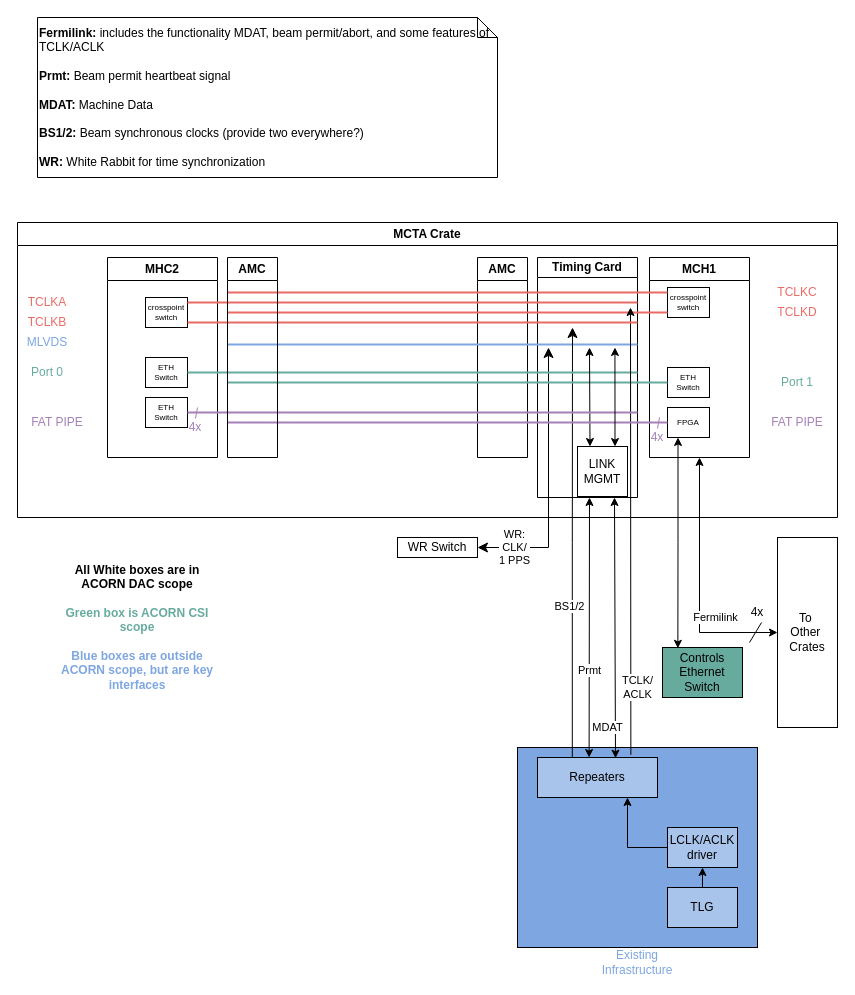
Earlier version of the draw.io diagram ACORN_DAC_timing.drawio (awhitbeck/drawio). Source tidied: cells renumbered, new cells numbered last; positions are measured from the earlier drawing's top-left corner, leaving out a move shared by most shapes. Both pictures are drawn from the tidied source at 100%, with x=0, y=0 at pixel (17, 17).
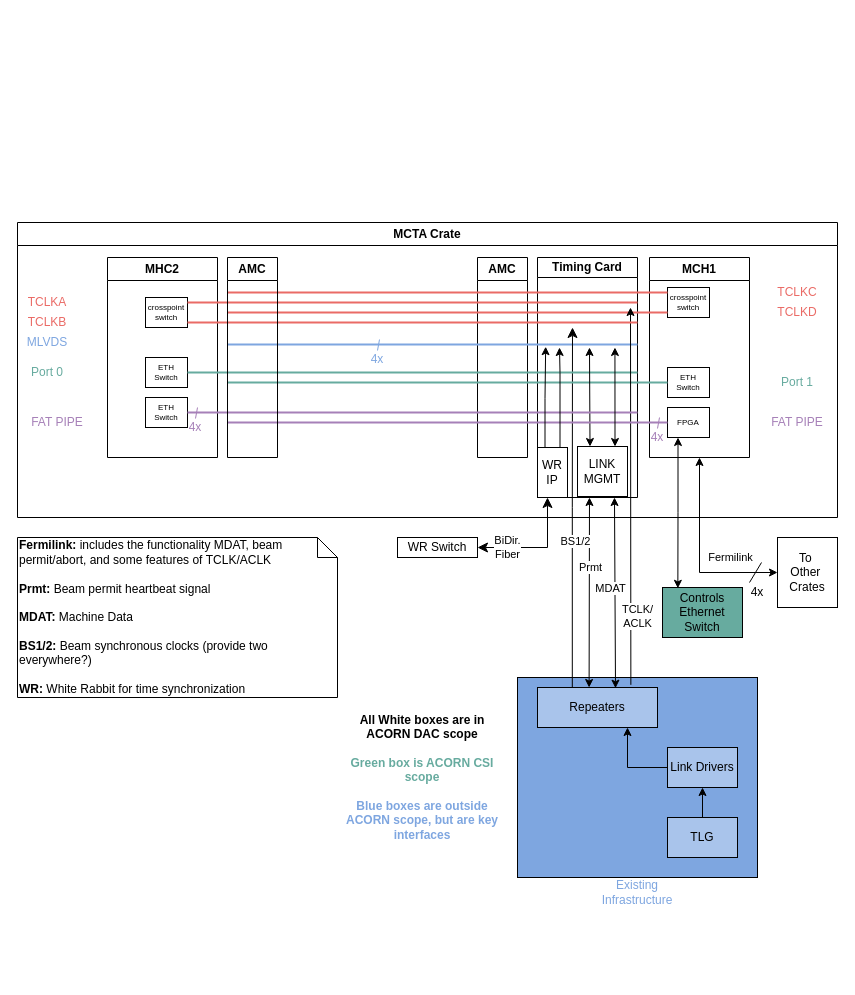
The same page after the edit.

The change refers to these unchanged cells:
```xml
<mxCell id="25" style="line;strokeWidth=2;html=1;strokeColor=#7EA6E0;fontColor=#7EA6E0;" parent="1" vertex="1">
  <mxGeometry x="210" y="322" width="410" height="10" as="geometry" />
</mxCell>
<mxCell id="36" value="WR Switch" style="rounded=0;whiteSpace=wrap;html=1;" parent="1" vertex="1">
  <mxGeometry x="380" y="520" width="80" height="20" as="geometry" />
</mxCell>
<mxCell id="57" value="MCTA Crate" style="swimlane;whiteSpace=wrap;html=1;" parent="1" vertex="1">
  <mxGeometry y="205" width="820" height="295" as="geometry" />
</mxCell>
```

What changed in the source:
```diff
@@
     <mxCell id="2" style="rounded=0;whiteSpace=wrap;html=1;labelBackgroundColor=none;fillColor=#7EA6E0;" parent="1" vertex="1">
-      <mxGeometry x="500" y="730" width="240" height="200" as="geometry" />
+      <mxGeometry x="500" y="660" width="240" height="200" as="geometry" />
     </mxCell>
@@
-    <mxCell id="18" value="&lt;b&gt;Fermilink:&lt;/b&gt; includes the functionality MDAT, beam permit/abort, and some features of&amp;nbsp;&lt;br&gt;TCLK/ACLK&lt;div&gt;&lt;br&gt;&lt;b&gt;Prmt:&lt;/b&gt; Beam permit heartbeat signal&lt;br&gt;&lt;br&gt;&lt;b&gt;MDAT:&lt;/b&gt; Machine Data&lt;br&gt;&lt;br&gt;&lt;b&gt;BS1/2:&lt;/b&gt; Beam synchronous clocks (provide two everywhere?)&lt;br&gt;&lt;br&gt;&lt;b&gt;WR:&lt;/b&gt; White Rabbit for time synchronization&lt;/div&gt;" style="shape=note;size=20;whiteSpace=wrap;html=1;align=left;" parent="1" vertex="1">
-      <mxGeometry x="20" width="460" height="160" as="geometry" />
+    <mxCell id="18" value="&lt;b&gt;Fermilink:&lt;/b&gt; includes the functionality MDAT, beam permit/abort, and some features of&amp;nbsp;TCLK/ACLK&lt;div&gt;&lt;br&gt;&lt;b&gt;Prmt:&lt;/b&gt; Beam permit heartbeat signal&lt;br&gt;&lt;br&gt;&lt;b&gt;MDAT:&lt;/b&gt; Machine Data&lt;br&gt;&lt;br&gt;&lt;b&gt;BS1/2:&lt;/b&gt; Beam synchronous clocks (provide two everywhere?)&lt;br&gt;&lt;br&gt;&lt;b&gt;WR:&lt;/b&gt; White Rabbit for time synchronization&lt;/div&gt;" style="shape=note;size=20;whiteSpace=wrap;html=1;align=left;" parent="1" vertex="1">
+      <mxGeometry y="520" width="320" height="160" as="geometry" />
     </mxCell>
@@
     <mxCell id="26" value="Prmt" style="endArrow=classic;html=1;rounded=0;exitX=0.43;exitY=0;exitDx=0;exitDy=0;exitPerimeter=0;startArrow=classic;startFill=1;" parent="1" edge="1" source="37">
-      <mxGeometry x="-0.33" relative="1" as="geometry">
+      <mxGeometry x="0.26" y="-1" relative="1" as="geometry">
         <mxPoint x="572" y="480" as="targetPoint" />
       </mxGeometry>
     </mxCell>
-    <mxCell id="27" value="WR: &lt;br&gt;CLK/&lt;br&gt;1 PPS" style="edgeStyle=elbowEdgeStyle;elbow=vertical;endArrow=classic;html=1;curved=0;rounded=0;endSize=8;startSize=8;exitX=1;exitY=0.5;exitDx=0;exitDy=0;startArrow=classic;startFill=1;" parent="1" edge="1" source="36">
-      <mxGeometry x="-0.73" relative="1" as="geometry">
-        <mxPoint x="531" y="330" as="targetPoint" />
+    <mxCell id="27" value="BiDir.&lt;br&gt;Fiber" style="edgeStyle=elbowEdgeStyle;elbow=vertical;endArrow=classic;html=1;curved=0;rounded=0;endSize=8;startSize=8;exitX=1;exitY=0.5;exitDx=0;exitDy=0;startArrow=classic;startFill=1;" parent="1" edge="1" source="36">
+      <mxGeometry x="-0.5" relative="1" as="geometry">
+        <mxPoint x="530" y="480" as="targetPoint" />
         <Array as="points">
           <mxPoint x="510" y="530" />
         </Array>
       </mxGeometry>
     </mxCell>
     <mxCell id="28" value="BS1/2" style="edgeStyle=elbowEdgeStyle;elbow=vertical;endArrow=classic;html=1;curved=0;rounded=0;endSize=8;startSize=8;exitX=0.29;exitY=0;exitDx=0;exitDy=0;exitPerimeter=0;" parent="1" edge="1" source="37">
-      <mxGeometry x="-0.3" y="3" relative="1" as="geometry">
+      <mxGeometry x="-0.19" y="-3" relative="1" as="geometry">
         <mxPoint x="555" y="310" as="targetPoint" />
       </mxGeometry>
     </mxCell>
@@
     <mxCell id="33" value="TCLK/&lt;br&gt;ACLK" style="endArrow=classic;html=1;rounded=0;exitX=0.778;exitY=-0.067;exitDx=0;exitDy=0;exitPerimeter=0;startArrow=none;startFill=0;" parent="1" edge="1" source="37">
-      <mxGeometry x="-0.7" y="-7" relative="1" as="geometry">
+      <mxGeometry x="-0.64" y="-7" relative="1" as="geometry">
         <mxPoint x="613" y="290" as="targetPoint" />
       </mxGeometry>
     </mxCell>
     <mxCell id="34" value="MDAT" style="endArrow=classic;html=1;rounded=0;exitX=0.65;exitY=0.017;exitDx=0;exitDy=0;exitPerimeter=0;startArrow=classic;startFill=1;" parent="1" edge="1" source="37">
-      <mxGeometry x="-0.76" y="8" relative="1" as="geometry">
+      <mxGeometry x="0.05" y="4" relative="1" as="geometry">
         <mxPoint x="597" y="480" as="targetPoint" />
       </mxGeometry>
     </mxCell>
@@
     <mxCell id="37" value="Repeaters" style="rounded=0;whiteSpace=wrap;html=1;points=[[0,0,0,0,0],[0,0.25,0,0,0],[0,0.5,0,0,0],[0,0.75,0,0,0],[0,1,0,0,0],[0.14,0,0,0,0],[0.25,1,0,0,0],[0.29,0,0,0,0],[0.43,0,0,0,0],[0.5,1,0,0,0],[0.57,0,0,0,0],[0.71,0,0,0,0],[0.75,1,0,0,0],[0.86,0,0,0,0],[1,0,0,0,0],[1,0.25,0,0,0],[1,0.5,0,0,0],[1,0.75,0,0,0],[1,1,0,0,0]];fillColor=#A9C4EB;" parent="1" vertex="1">
-      <mxGeometry x="520" y="740" width="120" height="40" as="geometry" />
+      <mxGeometry x="520" y="670" width="120" height="40" as="geometry" />
     </mxCell>
     <mxCell id="38" value="TLG" style="rounded=0;whiteSpace=wrap;html=1;points=[[0,0,0,0,0],[0,0.25,0,0,0],[0,0.5,0,0,0],[0,0.75,0,0,0],[0,1,0,0,0],[0.14,0,0,0,0],[0.25,1,0,0,0],[0.29,0,0,0,0],[0.43,0,0,0,0],[0.5,1,0,0,0],[0.57,0,0,0,0],[0.71,0,0,0,0],[0.75,1,0,0,0],[0.86,0,0,0,0],[1,0,0,0,0],[1,0.25,0,0,0],[1,0.5,0,0,0],[1,0.75,0,0,0],[1,1,0,0,0]];fillColor=#A9C4EB;" parent="1" vertex="1">
-      <mxGeometry x="650" y="870" width="70" height="40" as="geometry" />
+      <mxGeometry x="650" y="800" width="70" height="40" as="geometry" />
     </mxCell>
@@
-    <mxCell id="40" value="LCLK/ACLK&lt;br&gt;driver" style="rounded=0;whiteSpace=wrap;html=1;points=[[0,0,0,0,0],[0,0.25,0,0,0],[0,0.5,0,0,0],[0,0.75,0,0,0],[0,1,0,0,0],[0.14,0,0,0,0],[0.25,1,0,0,0],[0.29,0,0,0,0],[0.43,0,0,0,0],[0.5,1,0,0,0],[0.57,0,0,0,0],[0.71,0,0,0,0],[0.75,1,0,0,0],[0.86,0,0,0,0],[1,0,0,0,0],[1,0.25,0,0,0],[1,0.5,0,0,0],[1,0.75,0,0,0],[1,1,0,0,0]];fillColor=#A9C4EB;" parent="1" vertex="1">
-      <mxGeometry x="650" y="810" width="70" height="40" as="geometry" />
+    <mxCell id="40" value="Link Drivers" style="rounded=0;whiteSpace=wrap;html=1;points=[[0,0,0,0,0],[0,0.25,0,0,0],[0,0.5,0,0,0],[0,0.75,0,0,0],[0,1,0,0,0],[0.14,0,0,0,0],[0.25,1,0,0,0],[0.29,0,0,0,0],[0.43,0,0,0,0],[0.5,1,0,0,0],[0.57,0,0,0,0],[0.71,0,0,0,0],[0.75,1,0,0,0],[0.86,0,0,0,0],[1,0,0,0,0],[1,0.25,0,0,0],[1,0.5,0,0,0],[1,0.75,0,0,0],[1,1,0,0,0]];fillColor=#A9C4EB;" parent="1" vertex="1">
+      <mxGeometry x="650" y="730" width="70" height="40" as="geometry" />
     </mxCell>
@@
     <mxCell id="44" value="To&amp;nbsp;&lt;br&gt;Other&amp;nbsp;&lt;br&gt;Crates" style="rounded=0;whiteSpace=wrap;html=1;points=[[0,0,0,0,0],[0,0.25,0,0,0],[0,0.5,0,0,0],[0,0.75,0,0,0],[0,1,0,0,0],[0.14,0,0,0,0],[0.25,1,0,0,0],[0.29,0,0,0,0],[0.43,0,0,0,0],[0.5,1,0,0,0],[0.57,0,0,0,0],[0.71,0,0,0,0],[0.75,1,0,0,0],[0.86,0,0,0,0],[1,0,0,0,0],[1,0.25,0,0,0],[1,0.5,0,0,0],[1,0.75,0,0,0],[1,1,0,0,0]];" parent="1" vertex="1">
-      <mxGeometry x="760" y="520" width="60" height="190" as="geometry" />
+      <mxGeometry x="760" y="520" width="60" height="70" as="geometry" />
     </mxCell>
@@
     <mxCell id="50" style="endArrow=none;html=1;rounded=0;" parent="1" edge="1">
       <mxGeometry relative="1" as="geometry">
-        <mxPoint x="732" y="625" as="sourcePoint" />
-        <mxPoint x="744" y="605" as="targetPoint" />
+        <mxPoint x="732" y="565" as="sourcePoint" />
+        <mxPoint x="744" y="545" as="targetPoint" />
       </mxGeometry>
     </mxCell>
     <mxCell id="51" value="4x" style="text;html=1;align=center;verticalAlign=middle;whiteSpace=wrap;rounded=0;" parent="1" vertex="1">
-      <mxGeometry x="710" y="580" width="60" height="30" as="geometry" />
+      <mxGeometry x="710" y="560" width="60" height="30" as="geometry" />
     </mxCell>
@@
     <mxCell id="55" value="&lt;font color=&quot;#7ea6e0&quot;&gt;Existing Infrastructure&lt;/font&gt;" style="text;html=1;align=center;verticalAlign=middle;whiteSpace=wrap;rounded=0;" parent="1" vertex="1">
-      <mxGeometry x="590" y="930" width="60" height="30" as="geometry" />
+      <mxGeometry x="590" y="860" width="60" height="30" as="geometry" />
     </mxCell>
     <mxCell id="56" value="Controls&lt;div&gt;Ethernet&lt;br&gt;Switch&lt;/div&gt;" style="rounded=0;whiteSpace=wrap;html=1;fillColor=#67AB9F;" parent="1" vertex="1">
-      <mxGeometry x="645" y="630" width="80" height="50" as="geometry" />
+      <mxGeometry x="645" y="570" width="80" height="50" as="geometry" />
     </mxCell>
@@
+    <mxCell id="60" style="endArrow=none;html=1;rounded=0;strokeColor=#7EA6E0;" parent="57" edge="1">
+      <mxGeometry relative="1" as="geometry">
+        <mxPoint x="360" y="128" as="sourcePoint" />
+        <mxPoint x="362" y="117" as="targetPoint" />
+      </mxGeometry>
+    </mxCell>
+    <mxCell id="61" value="&lt;font color=&quot;#7ea6e0&quot;&gt;4x&lt;/font&gt;" style="text;html=1;align=center;verticalAlign=middle;whiteSpace=wrap;rounded=0;strokeColor=none;" parent="57" vertex="1">
+      <mxGeometry x="330" y="122" width="60" height="30" as="geometry" />
+    </mxCell>
+    <mxCell id="62" value="WR&lt;br&gt;&lt;div&gt;IP&lt;/div&gt;" style="rounded=0;whiteSpace=wrap;html=1;" parent="57" vertex="1">
+      <mxGeometry x="520" y="225" width="30" height="50" as="geometry" />
+    </mxCell>
@@
     <mxCell id="59" value="&lt;b&gt;All White boxes are in ACORN DAC scope&lt;br&gt;&lt;br&gt;&lt;font color=&quot;#67ab9f&quot;&gt;Green box is ACORN CSI scope&lt;/font&gt;&lt;/b&gt;&lt;div&gt;&lt;b&gt;&lt;br&gt;&lt;/b&gt;&lt;/div&gt;&lt;div&gt;&lt;font color=&quot;#7ea6e0&quot;&gt;&lt;b&gt;Blue boxes are outside ACORN scope, but are key interfaces&lt;/b&gt;&lt;/font&gt;&lt;/div&gt;" style="text;html=1;align=center;verticalAlign=middle;whiteSpace=wrap;rounded=0;" parent="1" vertex="1">
-      <mxGeometry x="40" y="540" width="160" height="140" as="geometry" />
+      <mxGeometry x="325" y="690" width="160" height="140" as="geometry" />
     </mxCell>
+    <mxCell id="63" style="edgeStyle=orthogonalEdgeStyle;rounded=0;jettySize=auto;html=1;exitX=0.25;exitY=0;exitDx=0;exitDy=0;entryX=0.776;entryY=0.72;entryDx=0;entryDy=0;entryPerimeter=0;" parent="1" edge="1" source="62" target="25">
+      <mxGeometry relative="1" as="geometry" />
+    </mxCell>
+    <mxCell id="64" style="edgeStyle=orthogonalEdgeStyle;rounded=0;jettySize=auto;html=1;exitX=0.75;exitY=0;exitDx=0;exitDy=0;" parent="1" edge="1" source="62">
+      <mxGeometry relative="1" as="geometry">
+        <mxPoint x="542" y="330" as="targetPoint" />
+        <Array as="points">
+          <mxPoint x="542" y="355" />
+          <mxPoint x="542" y="275" />
+        </Array>
+      </mxGeometry>
+    </mxCell>
```
